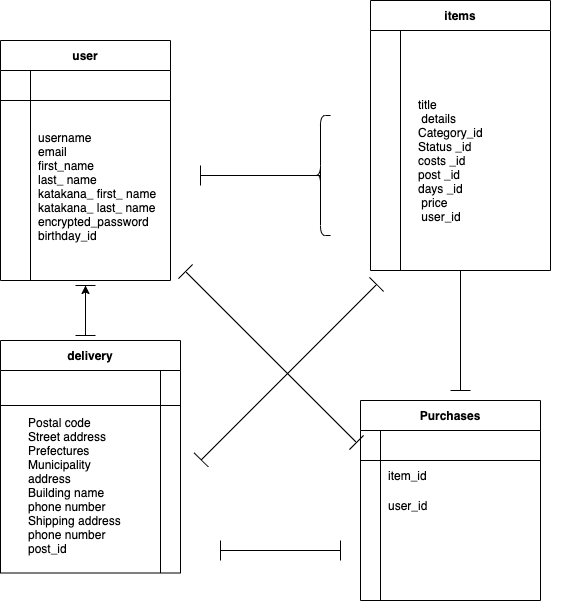
Earlier version of the draw.io export er.drawio.png (abetatsu5466/furima-35389). Source tidied: cells renumbered, new cells last; positions are measured from the earlier drawing's top-left corner, leaving out a move shared by most shapes.
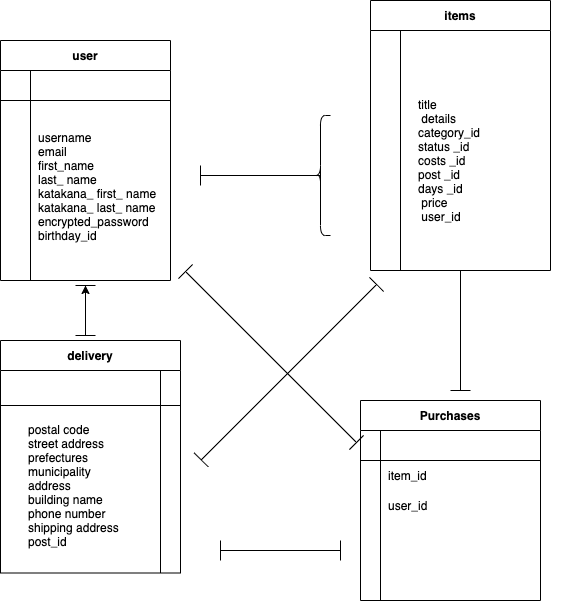
Above is the later version.

Diff of the diagram source:
```diff
@@ -143,7 +143,7 @@
     <mxCell id="48" style="shape=partialRectangle;fillColor=none;top=0;left=0;bottom=0;right=0;align=left;spacingLeft=6;overflow=hidden;" parent="1" vertex="1">
       <mxGeometry x="340" y="530" width="160" height="30" as="geometry" />
     </mxCell>
-    <mxCell id="49" value="Postal code &#10;Street address &#10;Prefectures &#10;Municipality &#10;address &#10;Building name &#10;phone number &#10;Shipping address &#10;phone number &#10;post_id" style="shape=partialRectangle;fillColor=none;top=0;left=0;bottom=0;right=0;align=left;spacingLeft=6;overflow=hidden;" parent="1" vertex="1">
+    <mxCell id="49" value="postal code &#10;street address &#10;prefectures &#10;municipality &#10;address &#10;building name &#10;phone number &#10;shipping address  &#10;post_id" style="shape=partialRectangle;fillColor=none;top=0;left=0;bottom=0;right=0;align=left;spacingLeft=6;overflow=hidden;" parent="1" vertex="1">
       <mxGeometry x="20" y="375" width="140" height="220" as="geometry" />
     </mxCell>
     <mxCell id="50" style="shape=partialRectangle;fillColor=none;top=0;left=0;bottom=0;right=0;align=left;spacingLeft=6;overflow=hidden;" parent="1" vertex="1">
@@ -176,7 +176,7 @@
         <mxPoint x="485" y="265" as="targetPoint" />
       </mxGeometry>
     </mxCell>
-    <mxCell id="59" value="title  &#10; details &#10;Category_id &#10;Status _id&#10;costs _id&#10;post _id&#10;days _id&#10; price  &#10; user_id " style="shape=partialRectangle;fillColor=none;top=0;left=0;bottom=0;right=0;align=left;spacingLeft=6;overflow=hidden;" parent="1" vertex="1">
+    <mxCell id="59" value="title  &#10; details &#10;category_id &#10;status _id&#10;costs _id&#10;post _id&#10;days _id&#10; price  &#10; user_id " style="shape=partialRectangle;fillColor=none;top=0;left=0;bottom=0;right=0;align=left;spacingLeft=6;overflow=hidden;" parent="1" vertex="1">
       <mxGeometry x="410" y="60" width="160" height="200" as="geometry" />
     </mxCell>
     <mxCell id="60" style="shape=crossbar;whiteSpace=wrap;html=1;rounded=1;" parent="1" vertex="1">
```
